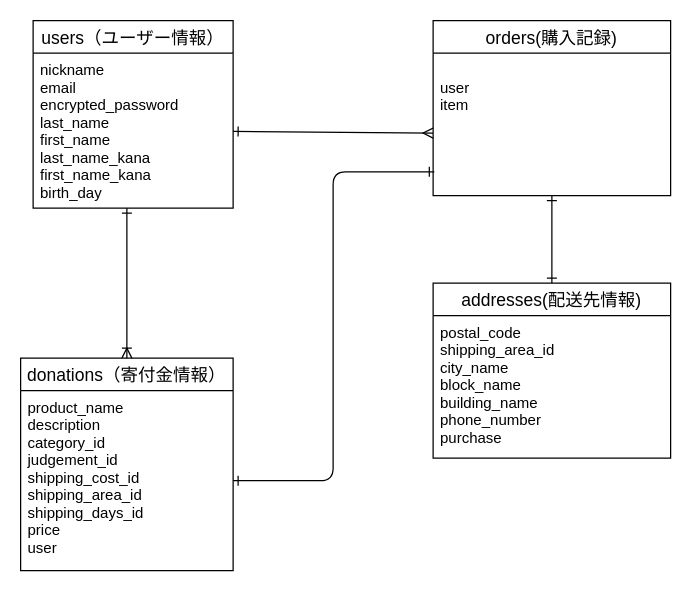
The draw.io diagram takelabo.dio in Taketai/takelaboratory, before the edit. Source tidied: cells renumbered, new cells numbered last; positions are measured from the earlier drawing's top-left corner, leaving out a move shared by most shapes. Both pictures are drawn from the tidied source at 125%, with x=0, y=0 at pixel (20, 20).
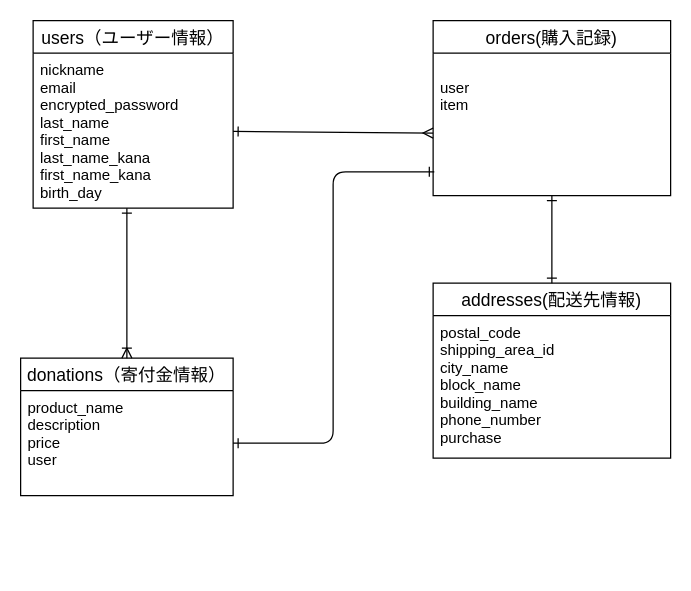
Above is the later version.

What changed in the source:
```diff
@@
 <mxGraphModel>
   <root>
     <mxCell id="0" />
     <mxCell id="1" parent="0" />
     <mxCell id="2" value="users（ユーザー情報）" style="swimlane;fontStyle=0;horizontal=1;startSize=26;align=center;fontSize=14;" parent="1" vertex="1">
       <mxGeometry x="10" width="160" height="150" as="geometry" />
     </mxCell>
     <mxCell id="3" value="nickname&#10;email&#10;encrypted_password&#10;last_name&#10;first_name&#10;last_name_kana&#10;first_name_kana&#10;birth_day&#10;" style="text;strokeColor=none;fillColor=none;spacingLeft=4;spacingRight=4;overflow=hidden;points=[[0,0.5],[1,0.5]];portConstraint=eastwest;fontSize=12;" parent="2" vertex="1">
       <mxGeometry y="26" width="160" height="124" as="geometry" />
     </mxCell>
     <mxCell id="4" value="orders(購入記録)" style="swimlane;fontStyle=0;horizontal=1;startSize=26;align=center;fontSize=14;" parent="1" vertex="1">
       <mxGeometry x="330" width="190" height="140" as="geometry" />
     </mxCell>
     <mxCell id="5" value="&#10;user&#10;item" style="text;strokeColor=none;fillColor=none;spacingLeft=4;spacingRight=4;overflow=hidden;points=[[0,0.5],[1,0.5]];portConstraint=eastwest;fontSize=12;" parent="4" vertex="1">
       <mxGeometry y="26" width="190" height="114" as="geometry" />
     </mxCell>
     <mxCell id="6" value="donations（寄付金情報）" style="swimlane;fontStyle=0;horizontal=1;startSize=26;align=center;fontSize=14;" parent="1" vertex="1">
-      <mxGeometry y="270" width="170" height="170" as="geometry" />
+      <mxGeometry y="270" width="170" height="110" as="geometry" />
     </mxCell>
-    <mxCell id="7" value="product_name&#10;description&#10;category_id&#10;judgement_id&#10;shipping_cost_id&#10;shipping_area_id&#10;shipping_days_id&#10;price&#10;user" style="text;strokeColor=none;fillColor=none;spacingLeft=4;spacingRight=4;overflow=hidden;points=[[0,0.5],[1,0.5]];portConstraint=eastwest;fontSize=12;" parent="6" vertex="1">
-      <mxGeometry y="26" width="170" height="144" as="geometry" />
+    <mxCell id="7" value="product_name&#10;description&#10;price&#10;user" style="text;strokeColor=none;fillColor=none;spacingLeft=4;spacingRight=4;overflow=hidden;points=[[0,0.5],[1,0.5]];portConstraint=eastwest;fontSize=12;" parent="6" vertex="1">
+      <mxGeometry y="26" width="170" height="84" as="geometry" />
     </mxCell>
     <mxCell id="8" style="fontSize=12;html=1;endArrow=ERoneToMany;entryX=0.5;entryY=0;entryDx=0;entryDy=0;startArrow=ERone;startFill=0;" parent="1" edge="1" target="6">
       <mxGeometry relative="1" as="geometry">
         <mxPoint x="85" y="150" as="sourcePoint" />
       </mxGeometry>
     </mxCell>
     <mxCell id="9" style="fontSize=12;html=1;endArrow=ERmany;startArrow=ERone;startFill=0;endFill=0;" parent="1" edge="1" source="3">
       <mxGeometry relative="1" as="geometry">
         <mxPoint x="330" y="90" as="targetPoint" />
       </mxGeometry>
     </mxCell>
     <mxCell id="10" value="addresses(配送先情報)" style="swimlane;fontStyle=0;horizontal=1;startSize=26;align=center;fontSize=14;" parent="1" vertex="1">
       <mxGeometry x="330" y="210" width="190" height="140" as="geometry" />
     </mxCell>
     <mxCell id="11" value="postal_code&#10;shipping_area_id &#10;city_name&#10;block_name&#10;building_name&#10;phone_number&#10;purchase" style="text;strokeColor=none;fillColor=none;spacingLeft=4;spacingRight=4;overflow=hidden;fontSize=12;" parent="10" vertex="1">
       <mxGeometry y="26" width="190" height="114" as="geometry" />
     </mxCell>
     <mxCell id="12" style="fontSize=12;html=1;endArrow=ERone;endFill=1;startArrow=ERone;startFill=0;" parent="1" edge="1" source="10">
       <mxGeometry relative="1" as="geometry">
         <mxPoint x="425" y="140" as="targetPoint" />
       </mxGeometry>
     </mxCell>
     <mxCell id="13" style="fontSize=12;html=1;endArrow=ERone;startArrow=ERone;edgeStyle=orthogonalEdgeStyle;entryX=0.005;entryY=0.833;entryDx=0;entryDy=0;entryPerimeter=0;startFill=0;endFill=0;" parent="1" edge="1" source="7" target="5">
       <mxGeometry relative="1" as="geometry" />
     </mxCell>
   </root>
 </mxGraphModel>
```
